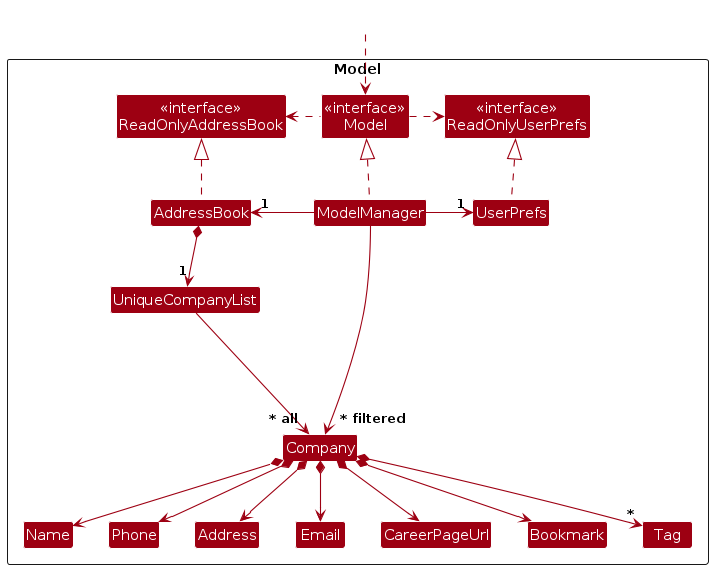
Before: diagrams/ModelClassDiagram.png, a diagram exported from PlantUML (AY2425S1-CS2103T-F10-4/tp). Its source is kept beside it as diagrams/ModelClassDiagram.puml. Its diagram source:
```plantuml
@startuml
!include style.puml
skinparam arrowThickness 1.1
skinparam arrowColor MODEL_COLOR
skinparam classBackgroundColor MODEL_COLOR

Package Model as ModelPackage <<Rectangle>>{
Class "<<interface>>\nReadOnlyAddressBook" as ReadOnlyAddressBook
Class "<<interface>>\nReadOnlyUserPrefs" as ReadOnlyUserPrefs
Class "<<interface>>\nModel" as Model
Class AddressBook
Class ModelManager
Class UserPrefs

Class UniqueCompanyList
Class Company
Class Address
Class Email
Class CareerPageUrl
Class Name
Class Phone
Class Tag
Class Bookmark

Class I #FFFFFF
}

Class HiddenOutside #FFFFFF
HiddenOutside ..> Model

AddressBook .up.|> ReadOnlyAddressBook

ModelManager .up.|> Model
Model .right.> ReadOnlyUserPrefs
Model .left.> ReadOnlyAddressBook
ModelManager -left-> "1" AddressBook
ModelManager -right-> "1" UserPrefs
UserPrefs .up.|> ReadOnlyUserPrefs

AddressBook *--> "1" UniqueCompanyList
UniqueCompanyList --> "~* all" Company
Company *--> Name
Company *--> Phone
Company *--> Email
Company *--> Bookmark
Company *--> CareerPageUrl
Company *--> Address
Company *--> "*" Tag

Company -[hidden]up--> I
UniqueCompanyList -[hidden]right-> I

Name -[hidden]right-> Phone
Phone -[hidden]right-> Address
Address -[hidden]right-> Email
CareerPageUrl -[hidden]right-> Bookmark
Bookmark -[hidden]right-> Tag

ModelManager --> "~* filtered" Company
@enduml
```
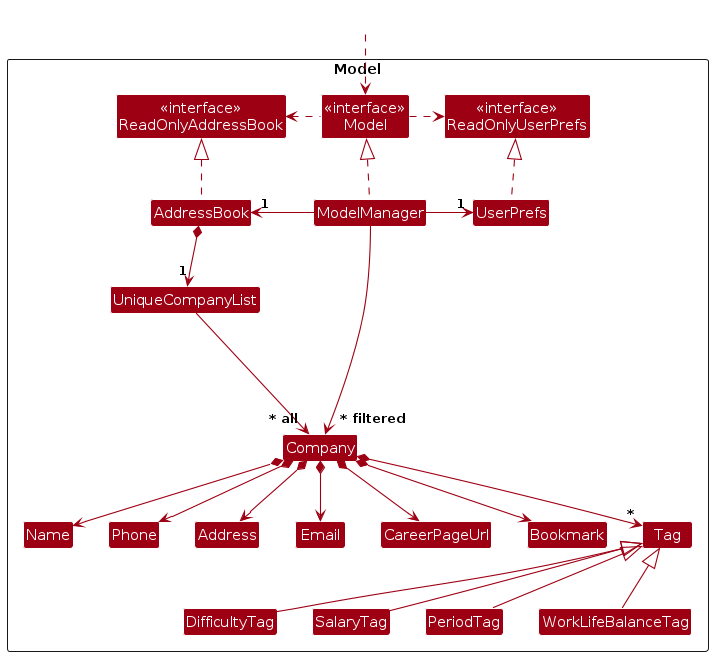
The same diagram one commit later.

The edit, as a diff of the source:
```diff
@@ -21,6 +21,12 @@
 Class Phone
 Class Tag
 Class Bookmark
+Class DifficultyTag
+Class SalaryTag
+Class PeriodTag
+Class WorkLifeBalanceTag
+
+
 
 Class I #FFFFFF
 }
@@ -47,6 +53,12 @@
 Company *--> Address
 Company *--> "*" Tag
 
+Tag <|-- SalaryTag
+Tag <|-- PeriodTag
+Tag <|-- WorkLifeBalanceTag
+Tag <|-- DifficultyTag
+
+
 Company -[hidden]up--> I
 UniqueCompanyList -[hidden]right-> I
 
```
